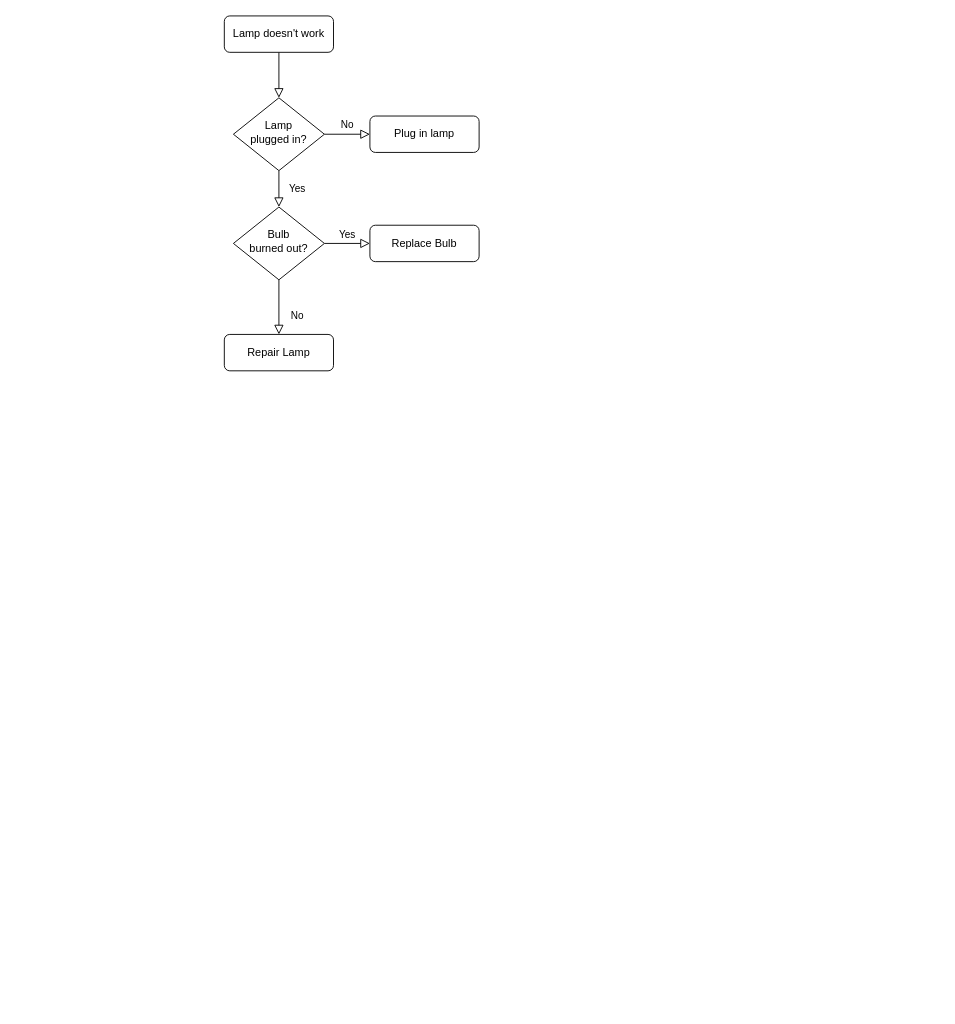
Before: rockInRio-mer.drawio in fabiobrasileiroo/rockInRio-ERD, a draw.io diagram. Source tidied: cells renumbered, new cells numbered last; positions are measured from the earlier drawing's top-left corner, leaving out a move shared by most shapes. Both pictures are drawn from the tidied source at 91%, with x=0, y=0 at pixel (224, 15).
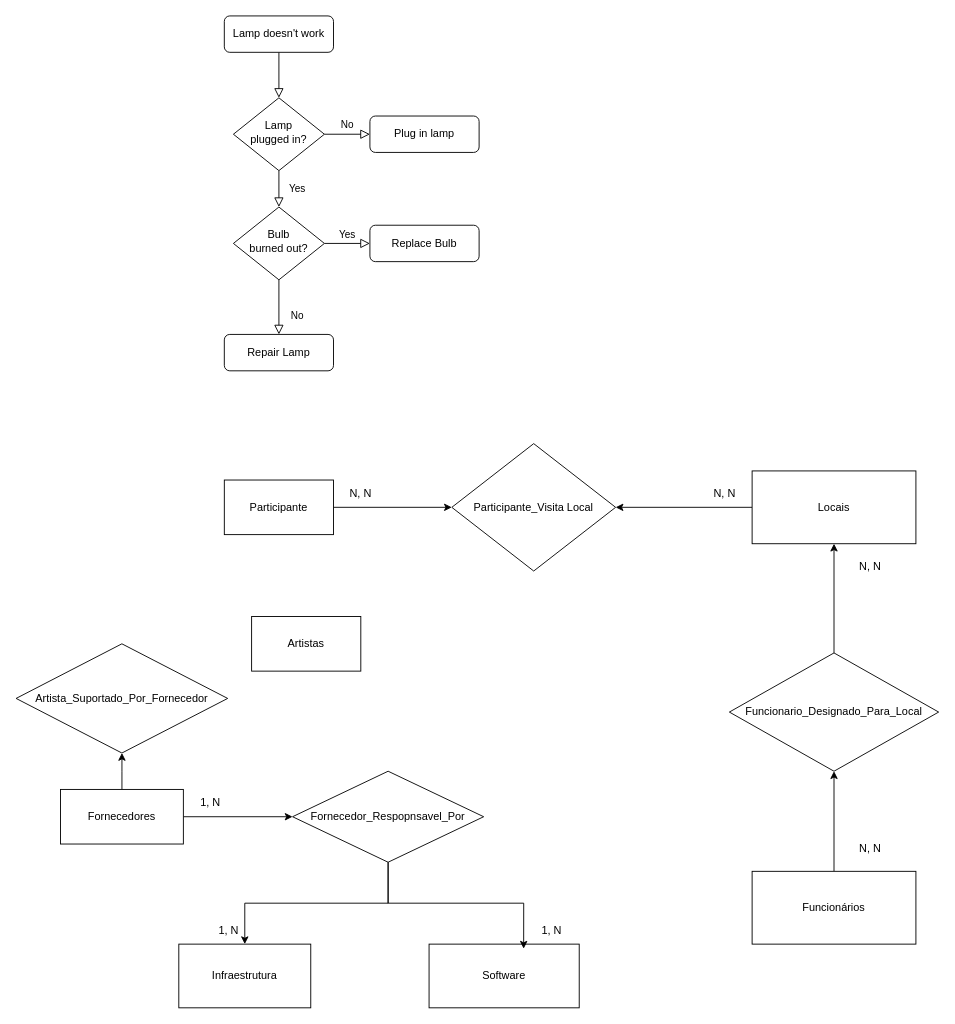
The same page after the edit.

Change to the diagram source:
```diff
@@
+    <mxCell id="13" style="edgeStyle=orthogonalEdgeStyle;rounded=0;jettySize=auto;html=1;" parent="1" edge="1" source="14" target="24">
+      <mxGeometry relative="1" as="geometry" />
+    </mxCell>
+    <mxCell id="14" value="Participante" style="rounded=0;whiteSpace=wrap;html=1;" parent="1" vertex="1">
+      <mxGeometry y="510" width="120" height="60" as="geometry" />
+    </mxCell>
+    <mxCell id="15" value="Infraestrutura" style="rounded=0;whiteSpace=wrap;html=1;" parent="1" vertex="1">
+      <mxGeometry x="-50" y="1020" width="145" height="70" as="geometry" />
+    </mxCell>
+    <mxCell id="16" style="edgeStyle=orthogonalEdgeStyle;rounded=0;jettySize=auto;html=1;" parent="1" edge="1" source="17" target="24">
+      <mxGeometry relative="1" as="geometry" />
+    </mxCell>
+    <mxCell id="17" value="Locais" style="rounded=0;whiteSpace=wrap;html=1;" parent="1" vertex="1">
+      <mxGeometry x="580" y="500" width="180" height="80" as="geometry" />
+    </mxCell>
+    <mxCell id="18" style="edgeStyle=orthogonalEdgeStyle;rounded=0;jettySize=auto;html=1;" parent="1" edge="1" source="20" target="32">
+      <mxGeometry relative="1" as="geometry" />
+    </mxCell>
+    <mxCell id="19" style="edgeStyle=orthogonalEdgeStyle;rounded=0;jettySize=auto;html=1;" parent="1" edge="1" source="20" target="38">
+      <mxGeometry relative="1" as="geometry" />
+    </mxCell>
+    <mxCell id="20" value="Fornecedores" style="rounded=0;whiteSpace=wrap;html=1;" parent="1" vertex="1">
+      <mxGeometry x="-180" y="850" width="135" height="60" as="geometry" />
+    </mxCell>
+    <mxCell id="21" style="edgeStyle=orthogonalEdgeStyle;rounded=0;jettySize=auto;html=1;" parent="1" edge="1" source="22" target="28">
+      <mxGeometry relative="1" as="geometry" />
+    </mxCell>
+    <mxCell id="22" value="Funcionários" style="rounded=0;whiteSpace=wrap;html=1;" parent="1" vertex="1">
+      <mxGeometry x="580" y="940" width="180" height="80" as="geometry" />
+    </mxCell>
+    <mxCell id="23" value="Artistas" style="rounded=0;whiteSpace=wrap;html=1;" parent="1" vertex="1">
+      <mxGeometry x="30" y="660" width="120" height="60" as="geometry" />
+    </mxCell>
+    <mxCell id="24" value="Participante_Visita Local" style="rhombus;whiteSpace=wrap;html=1;" parent="1" vertex="1">
+      <mxGeometry x="250" y="470" width="180" height="140" as="geometry" />
+    </mxCell>
+    <mxCell id="25" value="N, N" style="text;html=1;align=center;verticalAlign=middle;whiteSpace=wrap;rounded=0;" parent="1" vertex="1">
+      <mxGeometry x="520" y="510" width="60" height="30" as="geometry" />
+    </mxCell>
+    <mxCell id="26" value="N, N" style="text;html=1;align=center;verticalAlign=middle;whiteSpace=wrap;rounded=0;" parent="1" vertex="1">
+      <mxGeometry x="120" y="510" width="60" height="30" as="geometry" />
+    </mxCell>
+    <mxCell id="27" style="edgeStyle=orthogonalEdgeStyle;rounded=0;jettySize=auto;html=1;" parent="1" edge="1" source="28" target="17">
+      <mxGeometry relative="1" as="geometry" />
+    </mxCell>
+    <mxCell id="28" value="Funcionario_Designado_Para_Local" style="rhombus;whiteSpace=wrap;html=1;rounded=0;" parent="1" vertex="1">
+      <mxGeometry x="555" y="700" width="230" height="130" as="geometry" />
+    </mxCell>
+    <mxCell id="29" value="N, N" style="text;html=1;align=center;verticalAlign=middle;whiteSpace=wrap;rounded=0;" parent="1" vertex="1">
+      <mxGeometry x="680" y="590" width="60" height="30" as="geometry" />
+    </mxCell>
+    <mxCell id="30" value="N, N" style="text;html=1;align=center;verticalAlign=middle;whiteSpace=wrap;rounded=0;" parent="1" vertex="1">
+      <mxGeometry x="680" y="900" width="60" height="30" as="geometry" />
+    </mxCell>
+    <mxCell id="31" style="edgeStyle=orthogonalEdgeStyle;rounded=0;jettySize=auto;html=1;" parent="1" edge="1" source="32" target="15">
+      <mxGeometry relative="1" as="geometry" />
+    </mxCell>
+    <mxCell id="32" value="Fornecedor_Respopnsavel_Por" style="rhombus;whiteSpace=wrap;html=1;rounded=0;" parent="1" vertex="1">
+      <mxGeometry x="75" y="830" width="210" height="100" as="geometry" />
+    </mxCell>
+    <mxCell id="33" value="Software" style="rounded=0;whiteSpace=wrap;html=1;" parent="1" vertex="1">
+      <mxGeometry x="225" y="1020" width="165" height="70" as="geometry" />
+    </mxCell>
+    <mxCell id="34" style="edgeStyle=orthogonalEdgeStyle;rounded=0;jettySize=auto;html=1;entryX=0.63;entryY=0.071;entryDx=0;entryDy=0;entryPerimeter=0;" parent="1" edge="1" source="32" target="33">
+      <mxGeometry relative="1" as="geometry" />
+    </mxCell>
+    <mxCell id="35" value="1, N" style="text;html=1;align=center;verticalAlign=middle;whiteSpace=wrap;rounded=0;" parent="1" vertex="1">
+      <mxGeometry x="-25" y="990" width="60" height="30" as="geometry" />
+    </mxCell>
+    <mxCell id="36" value="1, N" style="text;html=1;align=center;verticalAlign=middle;whiteSpace=wrap;rounded=0;" parent="1" vertex="1">
+      <mxGeometry x="-45" y="850" width="60" height="30" as="geometry" />
+    </mxCell>
+    <mxCell id="37" value="1, N" style="text;html=1;align=center;verticalAlign=middle;whiteSpace=wrap;rounded=0;" parent="1" vertex="1">
+      <mxGeometry x="330" y="990" width="60" height="30" as="geometry" />
+    </mxCell>
+    <mxCell id="38" value="Artista_Suportado_Por_Fornecedor" style="rhombus;whiteSpace=wrap;html=1;rounded=0;" parent="1" vertex="1">
+      <mxGeometry x="-228.8" y="690" width="232.5" height="120" as="geometry" />
+    </mxCell>
```
